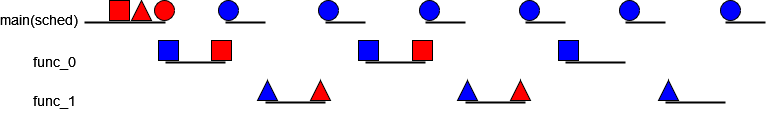
This is blog-diag/context-switch.png from oda-g/OS-blog, a draw.io export, as it was before one commit. Source tidied: cells renumbered, new cells last; positions are measured from the earlier drawing's top-left corner, leaving out a move shared by most shapes. Source of this version:
```xml
<mxGraphModel>
  <root>
    <mxCell id="0" />
    <mxCell id="1" parent="0" />
    <mxCell id="2" style="endArrow=none;html=1;rounded=0;strokeWidth=2;" parent="1" edge="1">
      <mxGeometry relative="1" as="geometry">
        <mxPoint x="75" y="22" as="sourcePoint" />
        <mxPoint x="156" y="22" as="targetPoint" />
      </mxGeometry>
    </mxCell>
    <mxCell id="3" style="endArrow=none;html=1;rounded=0;strokeWidth=2;" parent="1" edge="1">
      <mxGeometry relative="1" as="geometry">
        <mxPoint x="156" y="62" as="sourcePoint" />
        <mxPoint x="216" y="62" as="targetPoint" />
      </mxGeometry>
    </mxCell>
    <mxCell id="4" style="endArrow=none;html=1;rounded=0;strokeWidth=2;" parent="1" edge="1">
      <mxGeometry relative="1" as="geometry">
        <mxPoint x="216" y="22" as="sourcePoint" />
        <mxPoint x="256" y="22" as="targetPoint" />
      </mxGeometry>
    </mxCell>
    <mxCell id="5" style="endArrow=none;html=1;rounded=0;strokeWidth=2;" parent="1" edge="1">
      <mxGeometry relative="1" as="geometry">
        <mxPoint x="256" y="102" as="sourcePoint" />
        <mxPoint x="316" y="102" as="targetPoint" />
      </mxGeometry>
    </mxCell>
    <mxCell id="6" style="endArrow=none;html=1;rounded=0;strokeWidth=2;" parent="1" edge="1">
      <mxGeometry relative="1" as="geometry">
        <mxPoint x="316" y="22" as="sourcePoint" />
        <mxPoint x="356" y="22" as="targetPoint" />
      </mxGeometry>
    </mxCell>
    <mxCell id="7" style="endArrow=none;html=1;rounded=0;strokeWidth=2;" parent="1" edge="1">
      <mxGeometry relative="1" as="geometry">
        <mxPoint x="356" y="62" as="sourcePoint" />
        <mxPoint x="416" y="62" as="targetPoint" />
      </mxGeometry>
    </mxCell>
    <mxCell id="8" style="endArrow=none;html=1;rounded=0;strokeWidth=2;" parent="1" edge="1">
      <mxGeometry relative="1" as="geometry">
        <mxPoint x="416" y="22" as="sourcePoint" />
        <mxPoint x="456" y="22" as="targetPoint" />
      </mxGeometry>
    </mxCell>
    <mxCell id="9" style="endArrow=none;html=1;rounded=0;strokeWidth=2;" parent="1" edge="1">
      <mxGeometry relative="1" as="geometry">
        <mxPoint x="456" y="102" as="sourcePoint" />
        <mxPoint x="516" y="102" as="targetPoint" />
      </mxGeometry>
    </mxCell>
    <mxCell id="10" style="endArrow=none;html=1;rounded=0;strokeWidth=2;" parent="1" edge="1">
      <mxGeometry relative="1" as="geometry">
        <mxPoint x="516" y="22" as="sourcePoint" />
        <mxPoint x="556" y="22" as="targetPoint" />
      </mxGeometry>
    </mxCell>
    <mxCell id="11" style="endArrow=none;html=1;rounded=0;strokeWidth=2;" parent="1" edge="1">
      <mxGeometry relative="1" as="geometry">
        <mxPoint x="556" y="62" as="sourcePoint" />
        <mxPoint x="616" y="62" as="targetPoint" />
      </mxGeometry>
    </mxCell>
    <mxCell id="12" style="endArrow=none;html=1;rounded=0;strokeWidth=2;" parent="1" edge="1">
      <mxGeometry relative="1" as="geometry">
        <mxPoint x="656" y="102" as="sourcePoint" />
        <mxPoint x="716" y="102" as="targetPoint" />
      </mxGeometry>
    </mxCell>
    <mxCell id="13" style="endArrow=none;html=1;rounded=0;strokeWidth=2;" parent="1" edge="1">
      <mxGeometry relative="1" as="geometry">
        <mxPoint x="616" y="22" as="sourcePoint" />
        <mxPoint x="656" y="22" as="targetPoint" />
      </mxGeometry>
    </mxCell>
    <mxCell id="14" style="endArrow=none;html=1;rounded=0;strokeWidth=2;" parent="1" edge="1">
      <mxGeometry relative="1" as="geometry">
        <mxPoint x="716" y="22" as="sourcePoint" />
        <mxPoint x="756" y="22" as="targetPoint" />
      </mxGeometry>
    </mxCell>
    <mxCell id="15" value="main(sched)" style="text;html=1;align=center;verticalAlign=middle;whiteSpace=wrap;rounded=0;fontSize=14;" parent="1" vertex="1">
      <mxGeometry y="4" width="60" height="30" as="geometry" />
    </mxCell>
    <mxCell id="16" value="&lt;font style=&quot;font-size: 14px;&quot;&gt;func_0&lt;/font&gt;" style="text;html=1;align=center;verticalAlign=middle;whiteSpace=wrap;rounded=0;" parent="1" vertex="1">
      <mxGeometry x="15" y="46" width="60" height="30" as="geometry" />
    </mxCell>
    <mxCell id="17" value="&lt;font style=&quot;font-size: 14px;&quot;&gt;func_1&lt;/font&gt;" style="text;html=1;align=center;verticalAlign=middle;whiteSpace=wrap;rounded=0;" parent="1" vertex="1">
      <mxGeometry x="15" y="85" width="60" height="30" as="geometry" />
    </mxCell>
    <mxCell id="18" style="ellipse;whiteSpace=wrap;html=1;fillColor=#ff0000;" parent="1" vertex="1">
      <mxGeometry x="145" width="20" height="20" as="geometry" />
    </mxCell>
    <mxCell id="19" style="whiteSpace=wrap;html=1;fillColor=#FF0000;" parent="1" vertex="1">
      <mxGeometry x="100" width="20" height="20" as="geometry" />
    </mxCell>
    <mxCell id="20" style="ellipse;whiteSpace=wrap;html=1;fillColor=#0000ff;" parent="1" vertex="1">
      <mxGeometry x="309" width="20" height="20" as="geometry" />
    </mxCell>
    <mxCell id="21" style="ellipse;whiteSpace=wrap;html=1;fillColor=#0000ff;" parent="1" vertex="1">
      <mxGeometry x="510" width="20" height="20" as="geometry" />
    </mxCell>
    <mxCell id="22" style="ellipse;whiteSpace=wrap;html=1;fillColor=#0000ff;" parent="1" vertex="1">
      <mxGeometry x="209" width="20" height="20" as="geometry" />
    </mxCell>
    <mxCell id="23" style="ellipse;whiteSpace=wrap;html=1;fillColor=#0000ff;" parent="1" vertex="1">
      <mxGeometry x="410" width="20" height="20" as="geometry" />
    </mxCell>
    <mxCell id="24" style="ellipse;whiteSpace=wrap;html=1;fillColor=#0000ff;" parent="1" vertex="1">
      <mxGeometry x="610" width="20" height="20" as="geometry" />
    </mxCell>
    <mxCell id="25" style="ellipse;whiteSpace=wrap;html=1;fillColor=#0000ff;" parent="1" vertex="1">
      <mxGeometry x="711" width="20" height="20" as="geometry" />
    </mxCell>
    <mxCell id="26" style="whiteSpace=wrap;html=1;fillColor=#FF0000;" parent="1" vertex="1">
      <mxGeometry x="202" y="40" width="20" height="20" as="geometry" />
    </mxCell>
    <mxCell id="27" style="whiteSpace=wrap;html=1;fillColor=#FF0000;" parent="1" vertex="1">
      <mxGeometry x="403" y="40" width="20" height="20" as="geometry" />
    </mxCell>
    <mxCell id="28" style="whiteSpace=wrap;html=1;fillColor=#0000ff;" parent="1" vertex="1">
      <mxGeometry x="149" y="40" width="20" height="20" as="geometry" />
    </mxCell>
    <mxCell id="29" style="triangle;whiteSpace=wrap;html=1;direction=north;fillColor=#FF0000;" parent="1" vertex="1">
      <mxGeometry x="122" width="20" height="20" as="geometry" />
    </mxCell>
    <mxCell id="30" style="triangle;whiteSpace=wrap;html=1;direction=north;fillColor=#FF0000;" parent="1" vertex="1">
      <mxGeometry x="301" y="80" width="20" height="20" as="geometry" />
    </mxCell>
    <mxCell id="31" style="triangle;whiteSpace=wrap;html=1;direction=north;fillColor=#0000FF;" parent="1" vertex="1">
      <mxGeometry x="248" y="80" width="20" height="20" as="geometry" />
    </mxCell>
    <mxCell id="32" style="triangle;whiteSpace=wrap;html=1;direction=north;fillColor=#FF0000;" parent="1" vertex="1">
      <mxGeometry x="501" y="80" width="20" height="20" as="geometry" />
    </mxCell>
    <mxCell id="33" style="whiteSpace=wrap;html=1;fillColor=#0000ff;" parent="1" vertex="1">
      <mxGeometry x="349" y="40" width="20" height="20" as="geometry" />
    </mxCell>
    <mxCell id="34" style="whiteSpace=wrap;html=1;fillColor=#0000ff;" parent="1" vertex="1">
      <mxGeometry x="549" y="40" width="20" height="20" as="geometry" />
    </mxCell>
    <mxCell id="35" style="triangle;whiteSpace=wrap;html=1;direction=north;fillColor=#0000FF;" parent="1" vertex="1">
      <mxGeometry x="448" y="80" width="20" height="20" as="geometry" />
    </mxCell>
    <mxCell id="36" style="triangle;whiteSpace=wrap;html=1;direction=north;fillColor=#0000FF;" parent="1" vertex="1">
      <mxGeometry x="649" y="80" width="20" height="20" as="geometry" />
    </mxCell>
  </root>
</mxGraphModel>
```
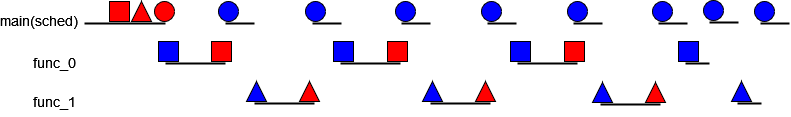
After the change.

The edit, as a diff of the source:
```diff
@@ -17,69 +17,57 @@
     <mxCell id="4" style="endArrow=none;html=1;rounded=0;strokeWidth=2;" parent="1" edge="1">
       <mxGeometry relative="1" as="geometry">
         <mxPoint x="216" y="22" as="sourcePoint" />
-        <mxPoint x="256" y="22" as="targetPoint" />
+        <mxPoint x="245" y="22" as="targetPoint" />
       </mxGeometry>
     </mxCell>
     <mxCell id="5" style="endArrow=none;html=1;rounded=0;strokeWidth=2;" parent="1" edge="1">
       <mxGeometry relative="1" as="geometry">
-        <mxPoint x="256" y="102" as="sourcePoint" />
-        <mxPoint x="316" y="102" as="targetPoint" />
+        <mxPoint x="245" y="102" as="sourcePoint" />
+        <mxPoint x="305" y="102" as="targetPoint" />
       </mxGeometry>
     </mxCell>
     <mxCell id="6" style="endArrow=none;html=1;rounded=0;strokeWidth=2;" parent="1" edge="1">
       <mxGeometry relative="1" as="geometry">
-        <mxPoint x="316" y="22" as="sourcePoint" />
-        <mxPoint x="356" y="22" as="targetPoint" />
+        <mxPoint x="303" y="22" as="sourcePoint" />
+        <mxPoint x="332" y="22" as="targetPoint" />
       </mxGeometry>
     </mxCell>
     <mxCell id="7" style="endArrow=none;html=1;rounded=0;strokeWidth=2;" parent="1" edge="1">
       <mxGeometry relative="1" as="geometry">
-        <mxPoint x="356" y="62" as="sourcePoint" />
-        <mxPoint x="416" y="62" as="targetPoint" />
+        <mxPoint x="331" y="62" as="sourcePoint" />
+        <mxPoint x="391" y="62" as="targetPoint" />
       </mxGeometry>
     </mxCell>
     <mxCell id="8" style="endArrow=none;html=1;rounded=0;strokeWidth=2;" parent="1" edge="1">
       <mxGeometry relative="1" as="geometry">
-        <mxPoint x="416" y="22" as="sourcePoint" />
-        <mxPoint x="456" y="22" as="targetPoint" />
+        <mxPoint x="392" y="22" as="sourcePoint" />
+        <mxPoint x="421" y="22" as="targetPoint" />
       </mxGeometry>
     </mxCell>
     <mxCell id="9" style="endArrow=none;html=1;rounded=0;strokeWidth=2;" parent="1" edge="1">
       <mxGeometry relative="1" as="geometry">
-        <mxPoint x="456" y="102" as="sourcePoint" />
-        <mxPoint x="516" y="102" as="targetPoint" />
+        <mxPoint x="421" y="102" as="sourcePoint" />
+        <mxPoint x="481" y="102" as="targetPoint" />
       </mxGeometry>
     </mxCell>
     <mxCell id="10" style="endArrow=none;html=1;rounded=0;strokeWidth=2;" parent="1" edge="1">
       <mxGeometry relative="1" as="geometry">
-        <mxPoint x="516" y="22" as="sourcePoint" />
-        <mxPoint x="556" y="22" as="targetPoint" />
+        <mxPoint x="478" y="22" as="sourcePoint" />
+        <mxPoint x="507" y="22" as="targetPoint" />
       </mxGeometry>
     </mxCell>
     <mxCell id="11" style="endArrow=none;html=1;rounded=0;strokeWidth=2;" parent="1" edge="1">
       <mxGeometry relative="1" as="geometry">
-        <mxPoint x="556" y="62" as="sourcePoint" />
-        <mxPoint x="616" y="62" as="targetPoint" />
+        <mxPoint x="676" y="62" as="sourcePoint" />
+        <mxPoint x="700" y="62" as="targetPoint" />
       </mxGeometry>
     </mxCell>
-    <mxCell id="12" style="endArrow=none;html=1;rounded=0;strokeWidth=2;" parent="1" edge="1">
-      <mxGeometry relative="1" as="geometry">
-        <mxPoint x="656" y="102" as="sourcePoint" />
-        <mxPoint x="716" y="102" as="targetPoint" />
-      </mxGeometry>
-    </mxCell>
     <mxCell id="13" style="endArrow=none;html=1;rounded=0;strokeWidth=2;" parent="1" edge="1">
       <mxGeometry relative="1" as="geometry">
-        <mxPoint x="616" y="22" as="sourcePoint" />
-        <mxPoint x="656" y="22" as="targetPoint" />
+        <mxPoint x="564" y="22" as="sourcePoint" />
+        <mxPoint x="593" y="22" as="targetPoint" />
       </mxGeometry>
     </mxCell>
-    <mxCell id="14" style="endArrow=none;html=1;rounded=0;strokeWidth=2;" parent="1" edge="1">
-      <mxGeometry relative="1" as="geometry">
-        <mxPoint x="716" y="22" as="sourcePoint" />
-        <mxPoint x="756" y="22" as="targetPoint" />
-      </mxGeometry>
-    </mxCell>
     <mxCell id="15" value="main(sched)" style="text;html=1;align=center;verticalAlign=middle;whiteSpace=wrap;rounded=0;fontSize=14;" parent="1" vertex="1">
       <mxGeometry y="4" width="60" height="30" as="geometry" />
     </mxCell>
@@ -96,28 +84,25 @@
       <mxGeometry x="100" width="20" height="20" as="geometry" />
     </mxCell>
     <mxCell id="20" style="ellipse;whiteSpace=wrap;html=1;fillColor=#0000ff;" parent="1" vertex="1">
-      <mxGeometry x="309" width="20" height="20" as="geometry" />
+      <mxGeometry x="296" width="20" height="20" as="geometry" />
     </mxCell>
     <mxCell id="21" style="ellipse;whiteSpace=wrap;html=1;fillColor=#0000ff;" parent="1" vertex="1">
-      <mxGeometry x="510" width="20" height="20" as="geometry" />
+      <mxGeometry x="472" width="20" height="20" as="geometry" />
     </mxCell>
     <mxCell id="22" style="ellipse;whiteSpace=wrap;html=1;fillColor=#0000ff;" parent="1" vertex="1">
       <mxGeometry x="209" width="20" height="20" as="geometry" />
     </mxCell>
     <mxCell id="23" style="ellipse;whiteSpace=wrap;html=1;fillColor=#0000ff;" parent="1" vertex="1">
-      <mxGeometry x="410" width="20" height="20" as="geometry" />
+      <mxGeometry x="386" width="20" height="20" as="geometry" />
     </mxCell>
     <mxCell id="24" style="ellipse;whiteSpace=wrap;html=1;fillColor=#0000ff;" parent="1" vertex="1">
-      <mxGeometry x="610" width="20" height="20" as="geometry" />
+      <mxGeometry x="558" width="20" height="20" as="geometry" />
     </mxCell>
-    <mxCell id="25" style="ellipse;whiteSpace=wrap;html=1;fillColor=#0000ff;" parent="1" vertex="1">
-      <mxGeometry x="711" width="20" height="20" as="geometry" />
-    </mxCell>
     <mxCell id="26" style="whiteSpace=wrap;html=1;fillColor=#FF0000;" parent="1" vertex="1">
       <mxGeometry x="202" y="40" width="20" height="20" as="geometry" />
     </mxCell>
     <mxCell id="27" style="whiteSpace=wrap;html=1;fillColor=#FF0000;" parent="1" vertex="1">
-      <mxGeometry x="403" y="40" width="20" height="20" as="geometry" />
+      <mxGeometry x="378" y="40" width="20" height="20" as="geometry" />
     </mxCell>
     <mxCell id="28" style="whiteSpace=wrap;html=1;fillColor=#0000ff;" parent="1" vertex="1">
       <mxGeometry x="149" y="40" width="20" height="20" as="geometry" />
@@ -126,25 +111,82 @@
       <mxGeometry x="122" width="20" height="20" as="geometry" />
     </mxCell>
     <mxCell id="30" style="triangle;whiteSpace=wrap;html=1;direction=north;fillColor=#FF0000;" parent="1" vertex="1">
-      <mxGeometry x="301" y="80" width="20" height="20" as="geometry" />
+      <mxGeometry x="290" y="80" width="20" height="20" as="geometry" />
     </mxCell>
     <mxCell id="31" style="triangle;whiteSpace=wrap;html=1;direction=north;fillColor=#0000FF;" parent="1" vertex="1">
-      <mxGeometry x="248" y="80" width="20" height="20" as="geometry" />
+      <mxGeometry x="237" y="80" width="20" height="20" as="geometry" />
     </mxCell>
     <mxCell id="32" style="triangle;whiteSpace=wrap;html=1;direction=north;fillColor=#FF0000;" parent="1" vertex="1">
-      <mxGeometry x="501" y="80" width="20" height="20" as="geometry" />
+      <mxGeometry x="466" y="80" width="20" height="20" as="geometry" />
     </mxCell>
     <mxCell id="33" style="whiteSpace=wrap;html=1;fillColor=#0000ff;" parent="1" vertex="1">
-      <mxGeometry x="349" y="40" width="20" height="20" as="geometry" />
+      <mxGeometry x="324" y="40" width="20" height="20" as="geometry" />
     </mxCell>
     <mxCell id="34" style="whiteSpace=wrap;html=1;fillColor=#0000ff;" parent="1" vertex="1">
-      <mxGeometry x="549" y="40" width="20" height="20" as="geometry" />
+      <mxGeometry x="669" y="40" width="20" height="20" as="geometry" />
     </mxCell>
     <mxCell id="35" style="triangle;whiteSpace=wrap;html=1;direction=north;fillColor=#0000FF;" parent="1" vertex="1">
-      <mxGeometry x="448" y="80" width="20" height="20" as="geometry" />
+      <mxGeometry x="413" y="80" width="20" height="20" as="geometry" />
     </mxCell>
     <mxCell id="36" style="triangle;whiteSpace=wrap;html=1;direction=north;fillColor=#0000FF;" parent="1" vertex="1">
-      <mxGeometry x="649" y="80" width="20" height="20" as="geometry" />
+      <mxGeometry x="722" y="80" width="20" height="20" as="geometry" />
     </mxCell>
+    <mxCell id="37" style="endArrow=none;html=1;rounded=0;strokeWidth=2;" parent="1" edge="1">
+      <mxGeometry relative="1" as="geometry">
+        <mxPoint x="508" y="62" as="sourcePoint" />
+        <mxPoint x="568" y="62" as="targetPoint" />
+      </mxGeometry>
+    </mxCell>
+    <mxCell id="38" style="whiteSpace=wrap;html=1;fillColor=#FF0000;" parent="1" vertex="1">
+      <mxGeometry x="555" y="40" width="20" height="20" as="geometry" />
+    </mxCell>
+    <mxCell id="39" style="whiteSpace=wrap;html=1;fillColor=#0000ff;" parent="1" vertex="1">
+      <mxGeometry x="501" y="40" width="20" height="20" as="geometry" />
+    </mxCell>
+    <mxCell id="40" style="endArrow=none;html=1;rounded=0;strokeWidth=2;" parent="1" edge="1">
+      <mxGeometry relative="1" as="geometry">
+        <mxPoint x="591" y="103" as="sourcePoint" />
+        <mxPoint x="651" y="103" as="targetPoint" />
+      </mxGeometry>
+    </mxCell>
+    <mxCell id="41" style="triangle;whiteSpace=wrap;html=1;direction=north;fillColor=#FF0000;" parent="1" vertex="1">
+      <mxGeometry x="636" y="81" width="20" height="20" as="geometry" />
+    </mxCell>
+    <mxCell id="42" style="triangle;whiteSpace=wrap;html=1;direction=north;fillColor=#0000FF;" parent="1" vertex="1">
+      <mxGeometry x="583" y="81" width="20" height="20" as="geometry" />
+    </mxCell>
+    <mxCell id="43" style="endArrow=none;html=1;rounded=0;strokeWidth=2;" parent="1" edge="1">
+      <mxGeometry relative="1" as="geometry">
+        <mxPoint x="649" y="22" as="sourcePoint" />
+        <mxPoint x="678" y="22" as="targetPoint" />
+      </mxGeometry>
+    </mxCell>
+    <mxCell id="44" style="ellipse;whiteSpace=wrap;html=1;fillColor=#0000ff;" parent="1" vertex="1">
+      <mxGeometry x="643" width="20" height="20" as="geometry" />
+    </mxCell>
+    <mxCell id="45" style="endArrow=none;html=1;rounded=0;strokeWidth=2;" parent="1" edge="1">
+      <mxGeometry relative="1" as="geometry">
+        <mxPoint x="700" y="21" as="sourcePoint" />
+        <mxPoint x="729" y="21" as="targetPoint" />
+      </mxGeometry>
+    </mxCell>
+    <mxCell id="46" style="ellipse;whiteSpace=wrap;html=1;fillColor=#0000ff;" parent="1" vertex="1">
+      <mxGeometry x="694" y="-1" width="20" height="20" as="geometry" />
+    </mxCell>
+    <mxCell id="47" style="endArrow=none;html=1;rounded=0;strokeWidth=2;" parent="1" edge="1">
+      <mxGeometry relative="1" as="geometry">
+        <mxPoint x="728" y="102" as="sourcePoint" />
+        <mxPoint x="752" y="102" as="targetPoint" />
+      </mxGeometry>
+    </mxCell>
+    <mxCell id="48" style="endArrow=none;html=1;rounded=0;strokeWidth=2;" parent="1" edge="1">
+      <mxGeometry relative="1" as="geometry">
+        <mxPoint x="751" y="22" as="sourcePoint" />
+        <mxPoint x="780" y="22" as="targetPoint" />
+      </mxGeometry>
+    </mxCell>
+    <mxCell id="49" style="ellipse;whiteSpace=wrap;html=1;fillColor=#0000ff;" parent="1" vertex="1">
+      <mxGeometry x="745" width="20" height="20" as="geometry" />
+    </mxCell>
   </root>
 </mxGraphModel>
```
